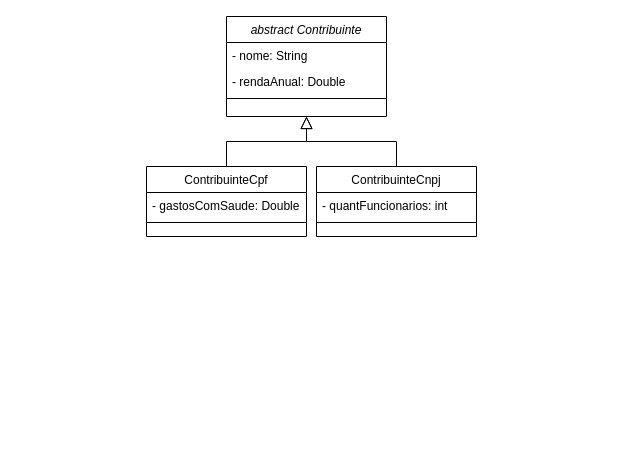
Before: quatroPilares/br/com/projetoLeao/diagrams/UMLclassdiagram.drawio in psicodev0101/java-poo, a draw.io diagram. Source tidied: cells renumbered, new cells numbered last; positions are measured from the earlier drawing's top-left corner, leaving out a move shared by most shapes. Both pictures are drawn from the tidied source at 100%, with x=0, y=0 at pixel (146, 16).
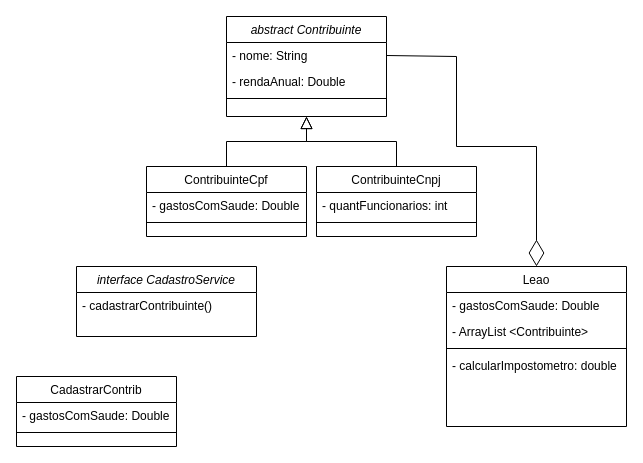
After the change.

Commit message:
edited uml diagram

Unchanged cells that the change refers to:
```xml
<mxCell id="3" value="- nome: String" style="text;align=left;verticalAlign=top;spacingLeft=4;spacingRight=4;overflow=hidden;points=[[0,0.5],[1,0.5]];portConstraint=eastwest;" parent="2" vertex="1">
  <mxGeometry y="26" width="160" height="26" as="geometry" />
</mxCell>
```

The edit, as a diff of the source:
```diff
@@
+    <mxCell id="14" value="Leao" style="swimlane;fontStyle=0;align=center;verticalAlign=top;horizontal=1;startSize=26;rounded=0;shadow=0;strokeWidth=1;" parent="1" vertex="1">
+      <mxGeometry x="300" y="250" width="180" height="160" as="geometry" />
+    </mxCell>
+    <mxCell id="15" value="- gastosComSaude: Double" style="text;align=left;verticalAlign=top;spacingLeft=4;spacingRight=4;overflow=hidden;" parent="14" vertex="1">
+      <mxGeometry y="26" width="180" height="26" as="geometry" />
+    </mxCell>
+    <mxCell id="16" value="- ArrayList &lt;Contribuinte&gt;" style="text;align=left;verticalAlign=top;spacingLeft=4;spacingRight=4;overflow=hidden;" parent="14" vertex="1">
+      <mxGeometry y="52" width="180" height="26" as="geometry" />
+    </mxCell>
+    <mxCell id="17" style="line;html=1;strokeWidth=1;align=left;verticalAlign=middle;spacingTop=-1;spacingLeft=3;spacingRight=3;labelPosition=right;" parent="14" vertex="1">
+      <mxGeometry y="78" width="180" height="8" as="geometry" />
+    </mxCell>
+    <mxCell id="18" value="- calcularImpostometro: double" style="text;align=left;verticalAlign=top;spacingLeft=4;spacingRight=4;overflow=hidden;" parent="14" vertex="1">
+      <mxGeometry y="86" width="180" height="26" as="geometry" />
+    </mxCell>
+    <mxCell id="19" style="endArrow=diamondThin;endFill=0;endSize=24;html=1;rounded=0;entryX=0.5;entryY=0;entryDx=0;entryDy=0;exitX=1;exitY=0.5;exitDx=0;exitDy=0;" parent="1" edge="1" source="3" target="14">
+      <mxGeometry relative="1" as="geometry">
+        <Array as="points">
+          <mxPoint x="310" y="40" />
+          <mxPoint x="310" y="130" />
+          <mxPoint x="390" y="130" />
+        </Array>
+      </mxGeometry>
+    </mxCell>
+    <mxCell id="20" value="interface CadastroService" style="swimlane;fontStyle=2;align=center;verticalAlign=top;horizontal=1;startSize=26;rounded=0;shadow=0;strokeWidth=1;" parent="1" vertex="1">
+      <mxGeometry x="-70" y="250" width="180" height="70" as="geometry" />
+    </mxCell>
+    <mxCell id="21" value="- cadastrarContribuinte()" style="text;align=left;verticalAlign=top;spacingLeft=4;spacingRight=4;overflow=hidden;" parent="20" vertex="1">
+      <mxGeometry y="26" width="180" height="26" as="geometry" />
+    </mxCell>
+    <mxCell id="22" value="CadastrarContrib" style="swimlane;fontStyle=0;align=center;verticalAlign=top;horizontal=1;startSize=26;rounded=0;shadow=0;strokeWidth=1;" parent="1" vertex="1">
+      <mxGeometry x="-130" y="360" width="160" height="70" as="geometry" />
+    </mxCell>
+    <mxCell id="23" value="- gastosComSaude: Double" style="text;align=left;verticalAlign=top;spacingLeft=4;spacingRight=4;overflow=hidden;" parent="22" vertex="1">
+      <mxGeometry y="26" width="160" height="26" as="geometry" />
+    </mxCell>
+    <mxCell id="24" style="line;html=1;strokeWidth=1;align=left;verticalAlign=middle;spacingTop=-1;spacingLeft=3;spacingRight=3;labelPosition=right;" parent="22" vertex="1">
+      <mxGeometry y="52" width="160" height="8" as="geometry" />
+    </mxCell>
```
